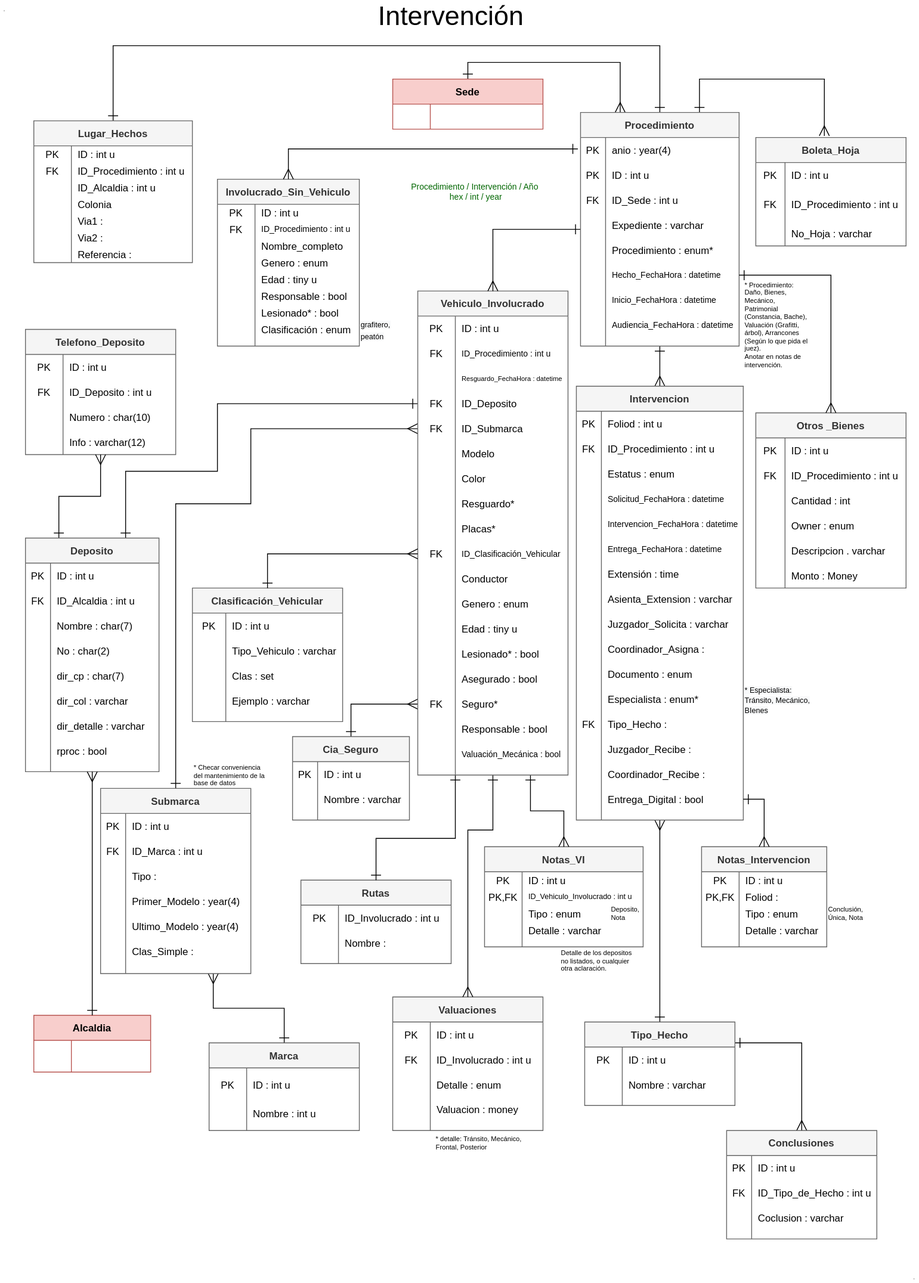
Before: DataBase/Intervention.svg, a diagram exported from draw.io (CMXCSP/SiCoIn-documentation). Source tidied: cells renumbered, new cells last; positions are measured from the earlier drawing's top-left corner, leaving out a move shared by most shapes.
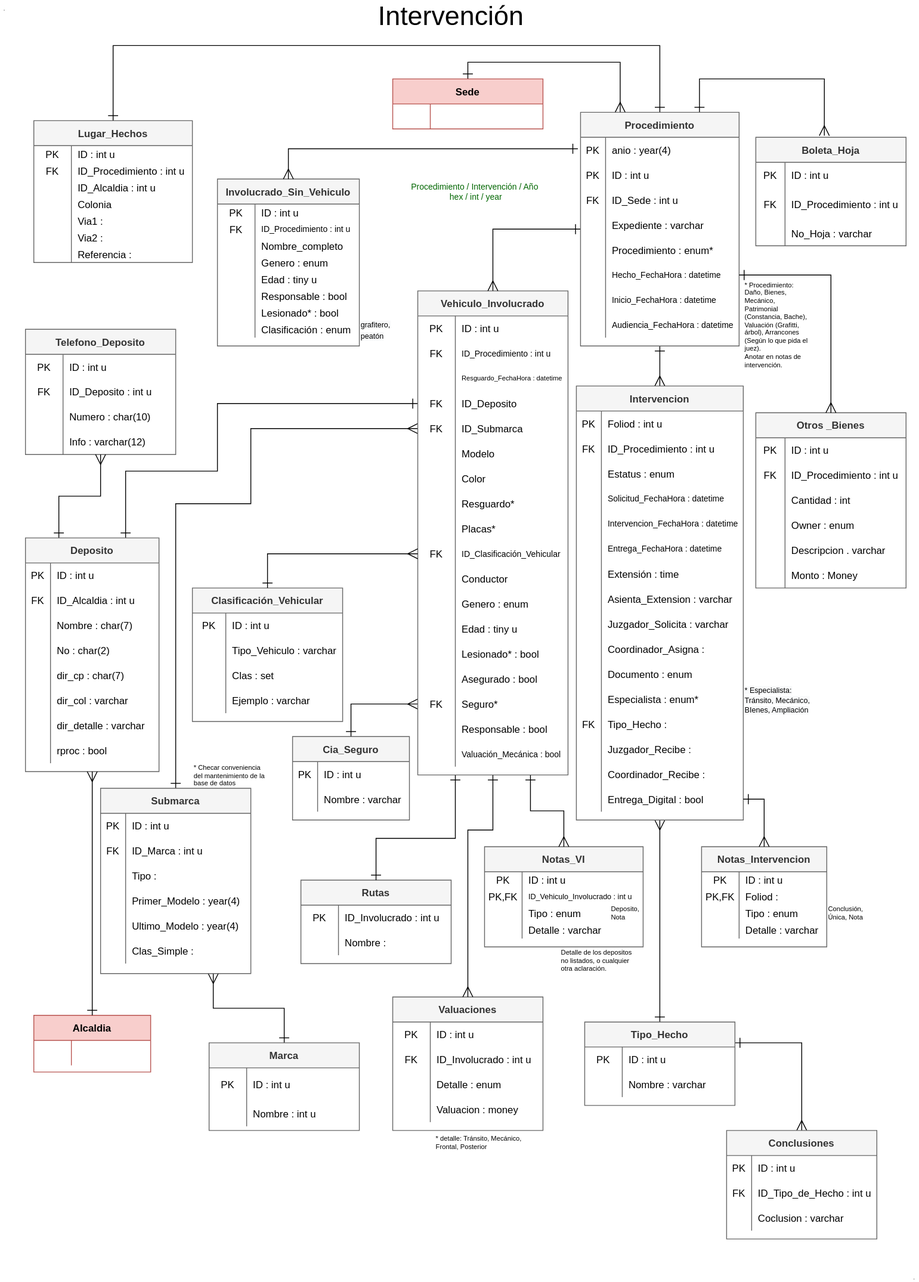
Later version of the same file.

Commit message:
primeras pantallas de solicitud

The edit, as a diff of the source:
```diff
@@ -1208,7 +1208,7 @@
     <mxCell id="391" value="&lt;span style=&quot;color: rgb(0, 0, 0); font-family: helvetica; font-size: 9px; font-style: normal; font-weight: 400; letter-spacing: normal; text-align: left; text-indent: 0px; text-transform: none; word-spacing: 0px; background-color: rgb(248, 249, 250); display: inline; float: none;&quot;&gt;grafitero, peatón&lt;/span&gt;" style="text;whiteSpace=wrap;html=1;fontSize=12;" parent="1" vertex="1">
       <mxGeometry x="430" y="370" width="40" height="30" as="geometry" />
     </mxCell>
-    <mxCell id="392" value="&lt;span style=&quot;color: rgb(0 , 0 , 0) ; font-family: &amp;#34;helvetica&amp;#34; ; font-size: 9px ; font-style: normal ; font-weight: 400 ; letter-spacing: normal ; text-align: left ; text-indent: 0px ; text-transform: none ; word-spacing: 0px ; background-color: rgb(248 , 249 , 250) ; display: inline ; float: none&quot;&gt;* Especialista: Tránsito, Mecánico, BIenes&lt;/span&gt;" style="text;whiteSpace=wrap;html=1;fontSize=10;" parent="1" vertex="1">
+    <mxCell id="392" value="&lt;span style=&quot;color: rgb(0 , 0 , 0) ; font-family: &amp;quot;helvetica&amp;quot; ; font-size: 9px ; font-style: normal ; font-weight: 400 ; letter-spacing: normal ; text-align: left ; text-indent: 0px ; text-transform: none ; word-spacing: 0px ; background-color: rgb(248 , 249 , 250) ; display: inline ; float: none&quot;&gt;* Especialista: Tránsito, Mecánico, BIenes, Ampliación&lt;/span&gt;" style="text;whiteSpace=wrap;html=1;fontSize=10;" parent="1" vertex="1">
       <mxGeometry x="890" y="810" width="90" height="50" as="geometry" />
     </mxCell>
     <mxCell id="393" value="Procedimiento / Intervención / Año&amp;nbsp;&lt;br&gt;hex / int / year" style="text;html=1;strokeColor=none;fillColor=none;align=center;verticalAlign=middle;whiteSpace=wrap;rounded=0;fontSize=10;fontColor=#006600;" parent="1" vertex="1">
```
